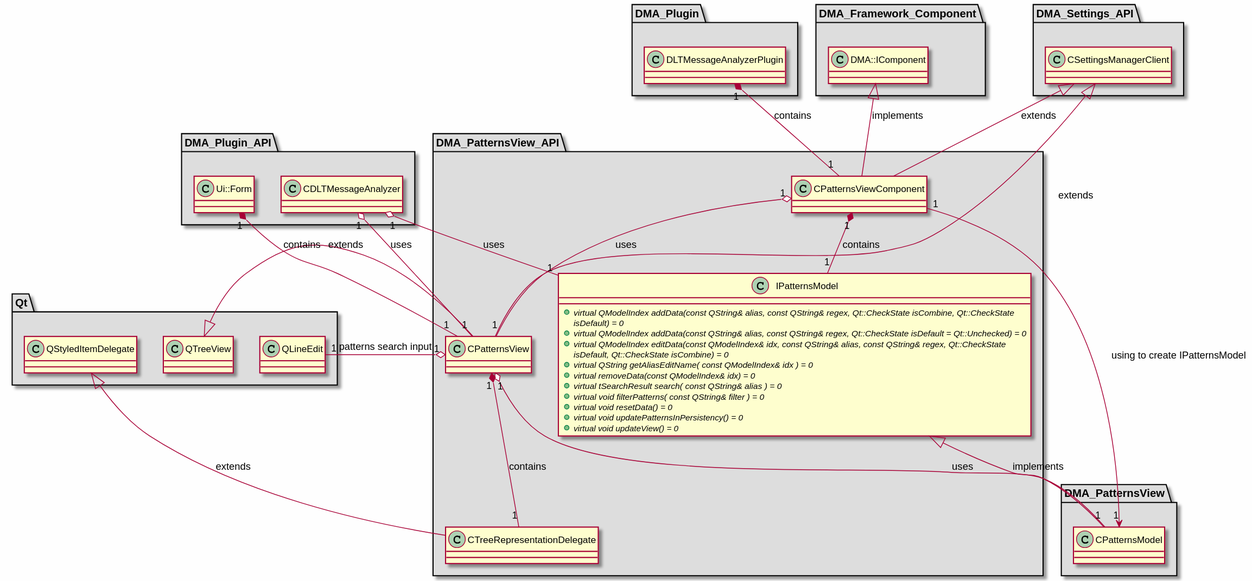
svlad-90/DLT-Message-Analyzer keeps this PlantUML diagram as md/dev_docs/puml/DMA_PatternsView_API.svg. Above is the earlier version.
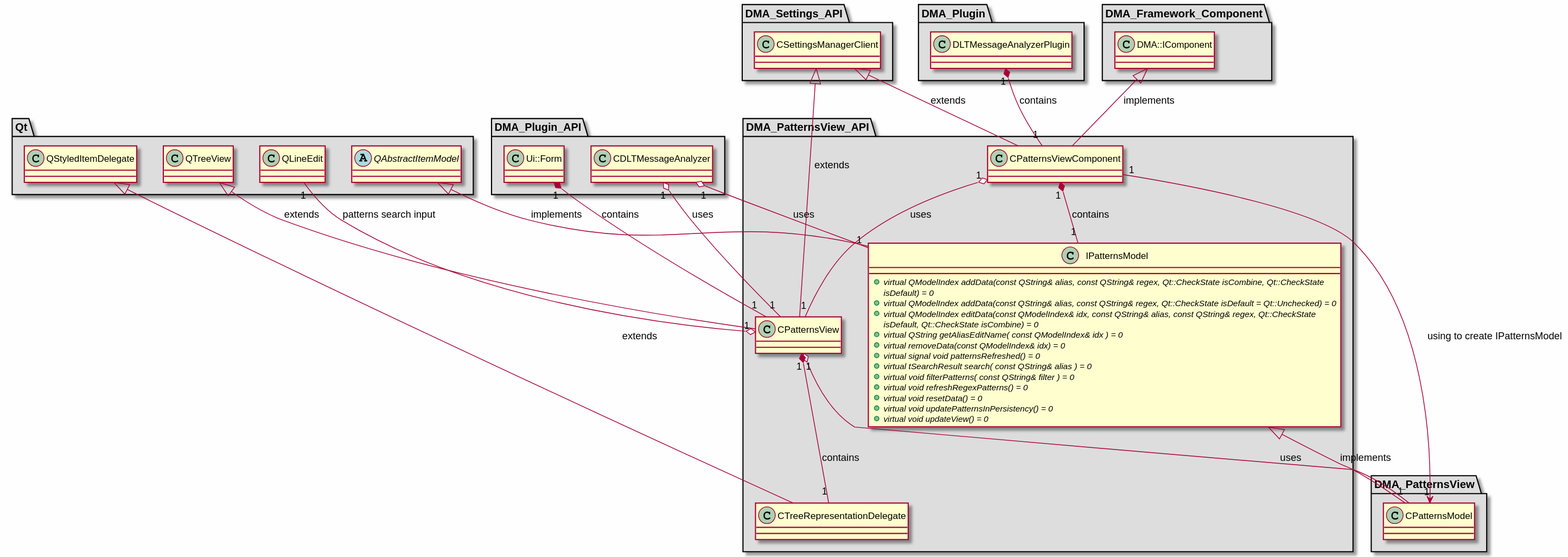
The same file after the commit.

Change to the diagram source:
```diff
@@ -42,8 +42,10 @@
     + {abstract} virtual QModelIndex editData(const QModelIndex& idx, const QString& alias, const QString& regex, Qt::CheckState isDefault, Qt::CheckState isCombine) = 0
     + {abstract} virtual QString getAliasEditName( const QModelIndex& idx ) = 0
     + {abstract} virtual removeData(const QModelIndex& idx) = 0
+    + {abstract} virtual signal void patternsRefreshed() = 0
     + {abstract} virtual tSearchResult search( const QString& alias ) = 0
     + {abstract} virtual void filterPatterns( const QString& filter ) = 0
+    + {abstract} virtual void refreshRegexPatterns() = 0
     + {abstract} virtual void resetData() = 0
     + {abstract} virtual void updatePatternsInPersistency() = 0
     + {abstract} virtual void updateView() = 0
@@ -85,6 +87,10 @@
 package "Qt" #DDDDDD
 {
 
+abstract class "QAbstractItemModel"
+{
+}
+
 class "QLineEdit"
 {
 }
@@ -105,6 +111,7 @@
 CSettingsManagerClient <|-- CPatternsViewComponent : extends
 DMA::IComponent <|-- CPatternsViewComponent : implements
 QStyledItemDelegate <|-- CTreeRepresentationDelegate : extends
+QAbstractItemModel <|-- IPatternsModel : implements
 
 CPatternsView "1" o-- "1" CPatternsModel : uses
 CPatternsView "1" *-- "1" CTreeRepresentationDelegate : contains
```
